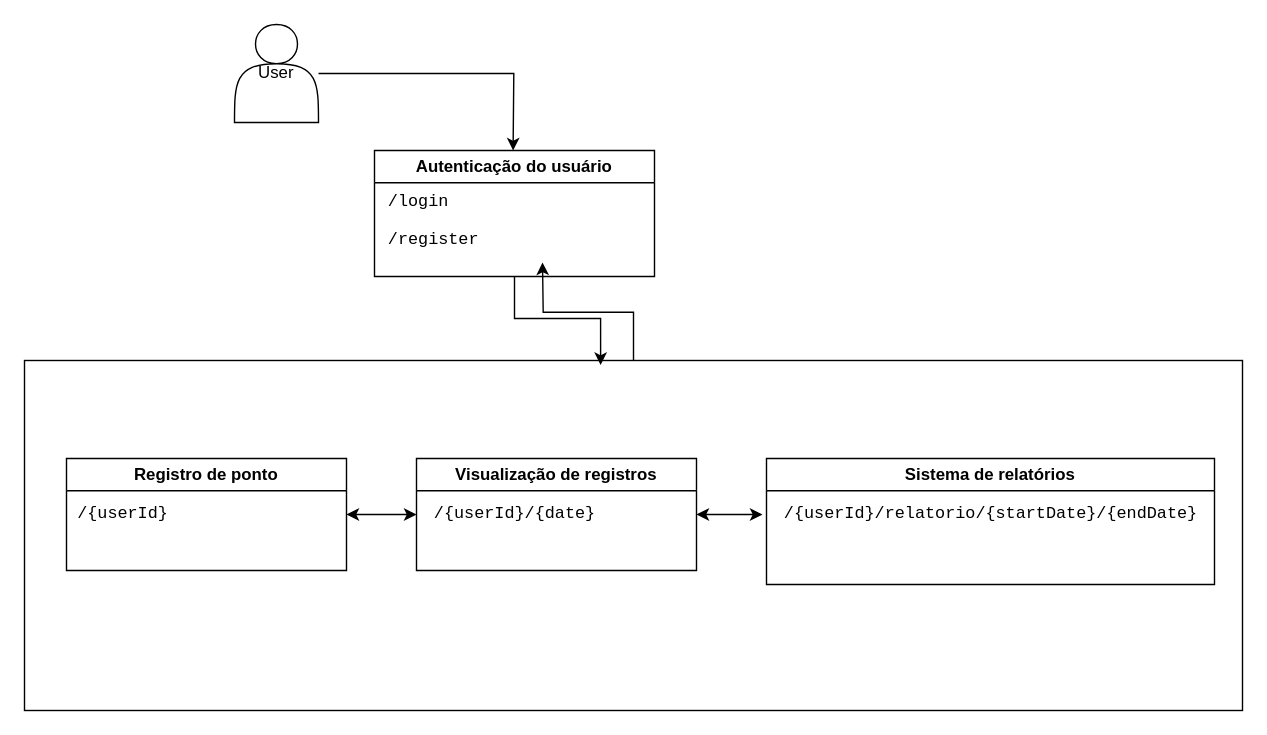
Before: page "Solução" (2 of 4) of imagens/Desenho da solucao.drawio in FiapGffGrupo30/hackathon, a draw.io diagram. Source tidied: cells renumbered, new cells numbered last; positions are measured from the earlier drawing's top-left corner, leaving out a move shared by most shapes. Both pictures are drawn from the tidied source at 140%, with x=0, y=0 at pixel (24, 24).
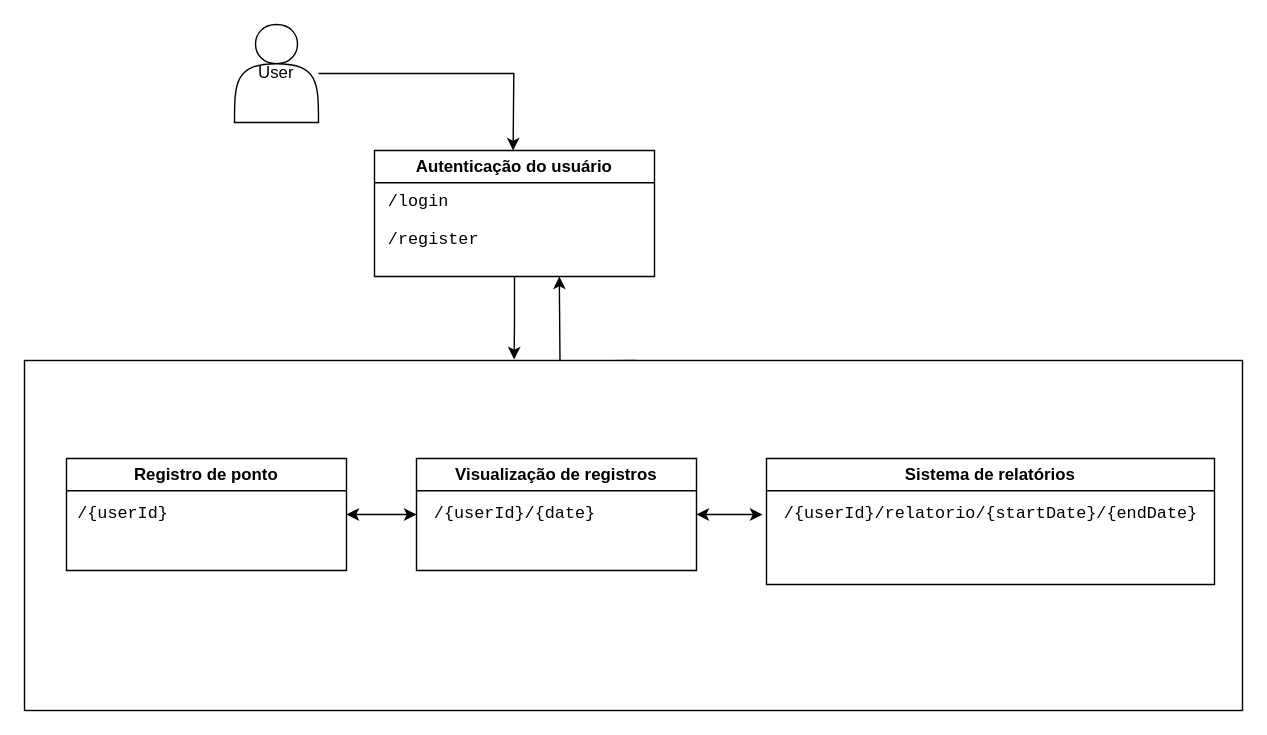
The same diagram, later.

Change to the diagram source:
```diff
@@
 <mxGraphModel>
   <root>
     <mxCell id="0" />
     <mxCell id="1" parent="0" />
     <mxCell id="2" value="User" style="shape=actor;whiteSpace=wrap;html=1;" parent="1" vertex="1">
       <mxGeometry x="150" width="60" height="70" as="geometry" />
     </mxCell>
     <mxCell id="3" style="edgeStyle=orthogonalEdgeStyle;rounded=0;jettySize=auto;html=1;entryX=0.5;entryY=0;entryDx=0;entryDy=0;entryPerimeter=0;" parent="1" edge="1" source="2">
       <mxGeometry relative="1" as="geometry">
         <mxPoint x="349" y="90" as="targetPoint" />
       </mxGeometry>
     </mxCell>
     <mxCell id="4" value="Autenticação do usuário" style="swimlane;whiteSpace=wrap;html=1;" parent="1" vertex="1">
       <mxGeometry x="250" y="90" width="200" height="90" as="geometry" />
     </mxCell>
     <mxCell id="5" value="&lt;pre style=&quot;font-family: &amp;quot;JetBrains Mono&amp;quot;, monospace;&quot;&gt;&lt;span style=&quot;background-color: rgb(255, 255, 255);&quot;&gt;/login &lt;/span&gt;&lt;/pre&gt;&lt;pre style=&quot;font-family: &amp;quot;JetBrains Mono&amp;quot;, monospace;&quot;&gt;/register&lt;/pre&gt;" style="text;html=1;align=left;verticalAlign=middle;strokeColor=none;fillColor=none;strokeWidth=0;spacing=0;" parent="4" vertex="1">
       <mxGeometry x="10" y="15" width="80" height="70" as="geometry" />
     </mxCell>
-    <mxCell id="6" style="edgeStyle=orthogonalEdgeStyle;rounded=0;jettySize=auto;html=1;" parent="1" edge="1" source="7">
-      <mxGeometry relative="1" as="geometry">
-        <mxPoint x="370" y="170" as="targetPoint" />
-      </mxGeometry>
-    </mxCell>
+    <mxCell id="17" style="edgeStyle=orthogonalEdgeStyle;rounded=0;orthogonalLoop=1;jettySize=auto;html=1;" parent="1" edge="1">
+      <mxGeometry relative="1" as="geometry">
+        <mxPoint x="437" y="240" as="sourcePoint" />
+        <mxPoint x="382" y="180" as="targetPoint" />
+      </mxGeometry>
+    </mxCell>
     <mxCell id="7" style="rounded=0;whiteSpace=wrap;html=1;" parent="1" vertex="1">
       <mxGeometry y="240" width="870" height="250" as="geometry" />
     </mxCell>
     <mxCell id="8" style="edgeStyle=orthogonalEdgeStyle;rounded=0;jettySize=auto;html=1;startArrow=classic;startFill=1;" parent="1" edge="1" source="9" target="12">
       <mxGeometry relative="1" as="geometry" />
     </mxCell>
     <mxCell id="9" value="Registro de ponto" style="swimlane;whiteSpace=wrap;html=1;" parent="1" vertex="1">
       <mxGeometry x="30" y="310" width="200" height="80" as="geometry" />
     </mxCell>
     <mxCell id="10" value="&lt;pre style=&quot;font-family: &amp;quot;JetBrains Mono&amp;quot;, monospace;&quot;&gt;&lt;span style=&quot;background-color: rgb(255, 255, 255);&quot;&gt;/{userId}&lt;/span&gt;&lt;/pre&gt;" style="text;html=1;align=center;verticalAlign=middle;strokeColor=none;fillColor=none;" parent="9" vertex="1">
       <mxGeometry x="-5" y="15" width="90" height="50" as="geometry" />
     </mxCell>
     <mxCell id="11" value="Visualização de registros" style="swimlane;whiteSpace=wrap;html=1;" parent="1" vertex="1">
       <mxGeometry x="280" y="310" width="200" height="80" as="geometry" />
     </mxCell>
     <mxCell id="12" value="&lt;pre style=&quot;font-family: &amp;quot;JetBrains Mono&amp;quot;, monospace;&quot;&gt;/{userId}/{date}&lt;/pre&gt;" style="text;html=1;align=center;verticalAlign=middle;points=[];" parent="11" vertex="1">
       <mxGeometry y="15" width="140" height="50" as="geometry" />
     </mxCell>
     <mxCell id="13" value="Sistema de relatórios" style="swimlane;whiteSpace=wrap;html=1;" parent="1" vertex="1">
       <mxGeometry x="530" y="310" width="320" height="90" as="geometry" />
     </mxCell>
     <mxCell id="14" value="&lt;pre style=&quot;font-family: &amp;quot;JetBrains Mono&amp;quot;, monospace;&quot;&gt;&lt;span style=&quot;background-color: rgb(255, 255, 255);&quot;&gt;/{userId}/relatorio/{startDate}/{endDate}&lt;/span&gt;&lt;/pre&gt;" style="text;html=1;align=center;verticalAlign=middle;points=[];strokeColor=none;fillColor=none;" parent="13" vertex="1">
       <mxGeometry y="15" width="320" height="50" as="geometry" />
     </mxCell>
     <mxCell id="15" style="edgeStyle=orthogonalEdgeStyle;rounded=0;jettySize=auto;html=1;entryX=-0.009;entryY=0.5;entryDx=0;entryDy=0;entryPerimeter=0;startArrow=classic;startFill=1;" parent="1" edge="1" source="11" target="14">
       <mxGeometry relative="1" as="geometry" />
     </mxCell>
-    <mxCell id="16" style="edgeStyle=orthogonalEdgeStyle;rounded=0;jettySize=auto;html=1;entryX=0.473;entryY=0.013;entryDx=0;entryDy=0;entryPerimeter=0;" parent="1" edge="1" source="4" target="7">
+    <mxCell id="16" style="edgeStyle=orthogonalEdgeStyle;rounded=0;jettySize=auto;html=1;entryX=0.402;entryY=-0.003;entryDx=0;entryDy=0;entryPerimeter=0;" parent="1" edge="1" source="4" target="7">
       <mxGeometry relative="1" as="geometry" />
     </mxCell>
   </root>
 </mxGraphModel>
```
